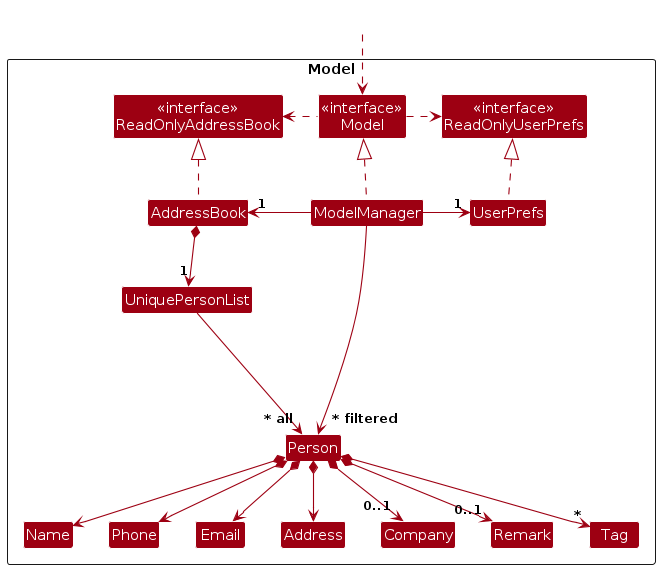
The PlantUML diagram diagrams/ModelClassDiagram.png in AY2526S2-CS2103-T11-1/tp, before a commit. Its source is kept beside it as diagrams/ModelClassDiagram.puml.
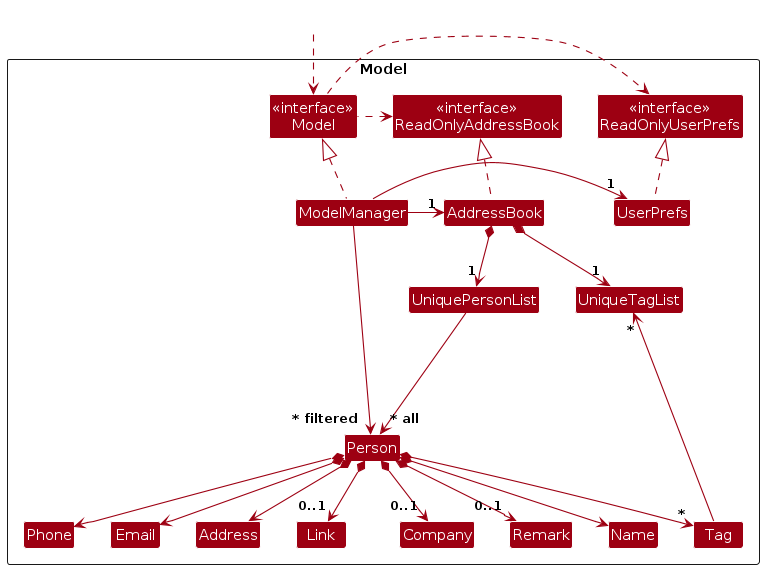
The same diagram one commit later.

What changed in the source:
```diff
@@ -13,8 +13,10 @@
 Class UserPrefs
 
 Class UniquePersonList
+Class UniqueTagList
 Class Person
 Class Address
+Class Link
 Class Company
 Class Email
 Class Name
@@ -37,15 +39,19 @@
 ModelManager -right-> "1" UserPrefs
 UserPrefs .up.|> ReadOnlyUserPrefs
 
-AddressBook *--> "1" UniquePersonList
+AddressBook *-down-> "1" UniquePersonList
+AddressBook *-down-> "1" UniqueTagList
+UniquePersonList -[hidden]right-> UniqueTagList
 UniquePersonList --> "~* all" Person
 Person *--> Address
 Person *--> Email
-Person *--> "0..1"Company
+Person *--> "0..1" Company
+Person *--> "0..1" Link
 Person *--> Name
 Person *--> Phone
-Person *--> "0..1"Remark
+Person *--> "0..1" Remark
 Person *--> "*" Tag
+Tag -up-> "~*" UniqueTagList
 
 Person -[hidden]up--> I
 UniquePersonList -[hidden]right-> I
@@ -53,6 +59,7 @@
 Name -[hidden]right-> Phone
 Phone -[hidden]right-> Email
 Email -[hidden]right-> Address
+Link -[hidden]right-> Link
 Address -[hidden]right-> Company
 Company -[hidden]right-> Remark
 Remark -[hidden]right-> Tag
```
